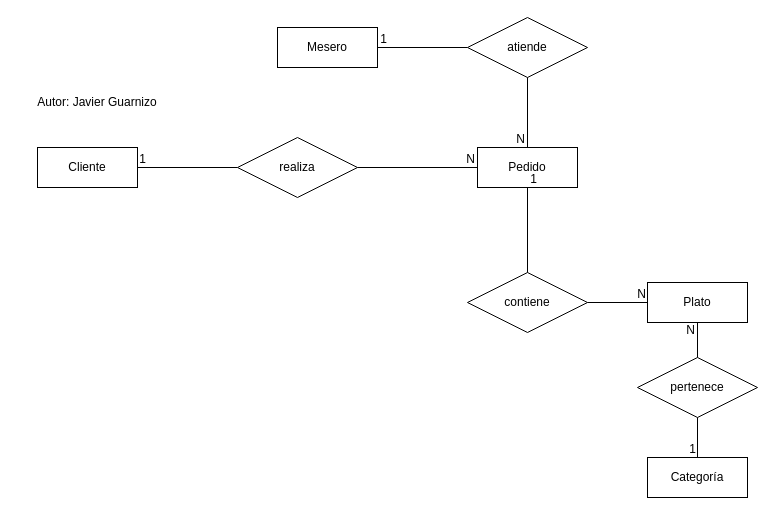
Before: AA/EjerciciosEntidadRelación/Ejercicio2.drawio in TheJavier37/Portafolio_Base_De_Datos, a draw.io diagram. Source tidied: cells renumbered, new cells numbered last; positions are measured from the earlier drawing's top-left corner, leaving out a move shared by most shapes. Both pictures are drawn from the tidied source at 100%, with x=0, y=0 at pixel (17, 17).
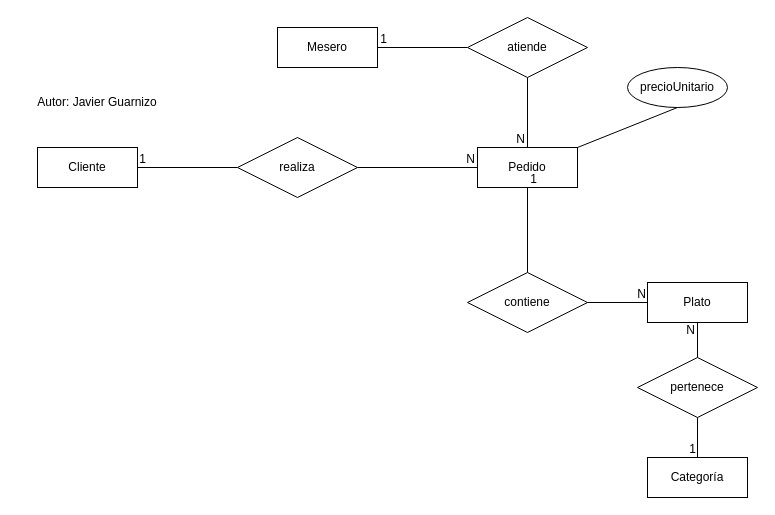
The same diagram, later.

Unchanged cells that the change refers to:
```xml
<mxCell id="4" value="Pedido" style="whiteSpace=wrap;html=1;align=center;" parent="1" vertex="1">
  <mxGeometry x="460" y="130" width="100" height="40" as="geometry" />
</mxCell>
```

What changed in the source:
```diff
@@
+    <mxCell id="28" value="precioUnitario" style="ellipse;whiteSpace=wrap;html=1;align=center;" parent="1" vertex="1">
+      <mxGeometry x="610" y="50" width="100" height="40" as="geometry" />
+    </mxCell>
+    <mxCell id="29" style="endArrow=none;html=1;rounded=0;entryX=0.5;entryY=1;entryDx=0;entryDy=0;exitX=1;exitY=0;exitDx=0;exitDy=0;" parent="1" edge="1" source="4" target="28">
+      <mxGeometry relative="1" as="geometry" />
+    </mxCell>
```
